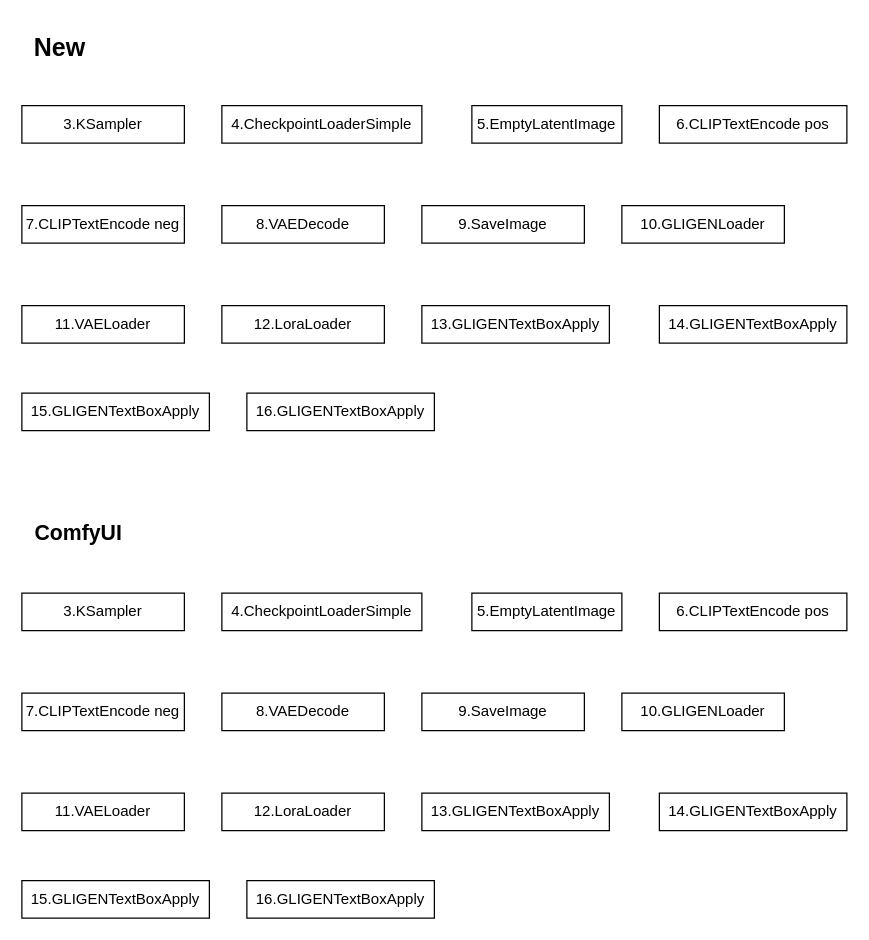
This is DigitalImageProcessing/ComfyUI参数构造分析.drawio from baizhu0414/Diagrams, a draw.io file, before an edit. Source tidied: cells renumbered, new cells numbered last; positions are measured from the earlier drawing's top-left corner, leaving out a move shared by most shapes. Both pictures are drawn from the tidied source at 125%, with x=0, y=0 at pixel (21, 21).
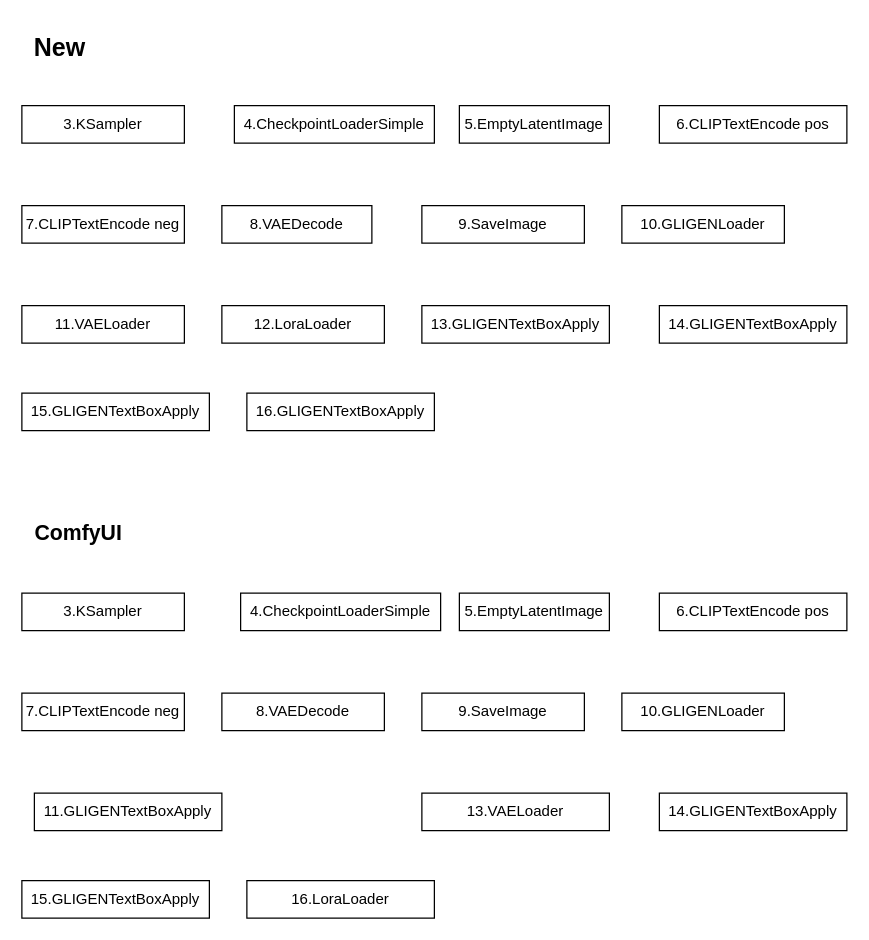
The same page after the edit.

Commit message:
更新ComfyUI参数构造分析.drawio

Diff of the diagram source:
```diff
@@
     <mxCell id="4" value="4.CheckpointLoaderSimple" style="whiteSpace=wrap;html=1;" parent="1" vertex="1">
-      <mxGeometry x="160" y="67" width="160" height="30" as="geometry" />
+      <mxGeometry x="170" y="67" width="160" height="30" as="geometry" />
     </mxCell>
     <mxCell id="5" value="5.EmptyLatentImage" style="whiteSpace=wrap;html=1;" parent="1" vertex="1">
-      <mxGeometry x="360" y="67" width="120" height="30" as="geometry" />
+      <mxGeometry x="350" y="67" width="120" height="30" as="geometry" />
     </mxCell>
@@
     <mxCell id="8" value="8.VAEDecode" style="whiteSpace=wrap;html=1;" parent="1" vertex="1">
-      <mxGeometry x="160" y="147" width="130" height="30" as="geometry" />
+      <mxGeometry x="160" y="147" width="120" height="30" as="geometry" />
     </mxCell>
@@
     <mxCell id="18" value="4.CheckpointLoaderSimple" style="whiteSpace=wrap;html=1;" parent="1" vertex="1">
-      <mxGeometry x="160" y="457" width="160" height="30" as="geometry" />
+      <mxGeometry x="175" y="457" width="160" height="30" as="geometry" />
     </mxCell>
     <mxCell id="19" value="5.EmptyLatentImage" style="whiteSpace=wrap;html=1;" parent="1" vertex="1">
-      <mxGeometry x="360" y="457" width="120" height="30" as="geometry" />
+      <mxGeometry x="350" y="457" width="120" height="30" as="geometry" />
     </mxCell>
@@
-    <mxCell id="25" value="11.VAELoader" style="whiteSpace=wrap;html=1;" parent="1" vertex="1">
-      <mxGeometry y="617" width="130" height="30" as="geometry" />
+    <mxCell id="25" value="11.GLIGENTextBoxApply" style="whiteSpace=wrap;html=1;" parent="1" vertex="1">
+      <mxGeometry x="10" y="617" width="150" height="30" as="geometry" />
     </mxCell>
-    <mxCell id="26" value="12.LoraLoader" style="whiteSpace=wrap;html=1;" parent="1" vertex="1">
-      <mxGeometry x="160" y="617" width="130" height="30" as="geometry" />
-    </mxCell>
-    <mxCell id="27" value="13.GLIGENTextBoxApply" style="whiteSpace=wrap;html=1;" parent="1" vertex="1">
+    <mxCell id="27" value="13.VAELoader" style="whiteSpace=wrap;html=1;" parent="1" vertex="1">
       <mxGeometry x="320" y="617" width="150" height="30" as="geometry" />
     </mxCell>
@@
-    <mxCell id="30" value="16&lt;span style=&quot;background-color: initial;&quot;&gt;.GLIGENTextBoxApply&lt;/span&gt;" style="whiteSpace=wrap;html=1;" parent="1" vertex="1">
+    <mxCell id="30" value="16&lt;span style=&quot;background-color: initial;&quot;&gt;.&lt;/span&gt;LoraLoader" style="whiteSpace=wrap;html=1;" parent="1" vertex="1">
       <mxGeometry x="180" y="687" width="150" height="30" as="geometry" />
     </mxCell>
```
